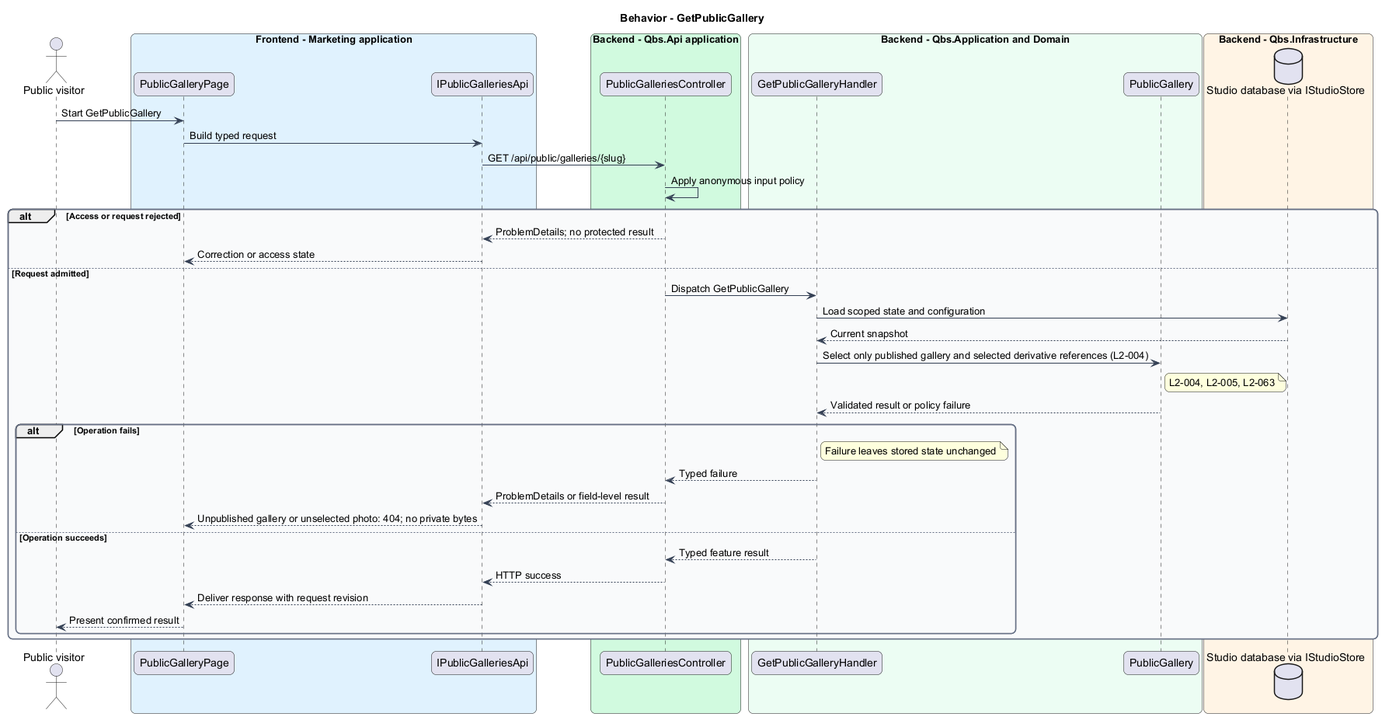
The PlantUML diagram docs/detailed-designs/public-presentation/publish-galleries/diagrams/sequence-get-public-gallery.png in QuinntyneBrown/quinntyne-brown-studio, before a commit.
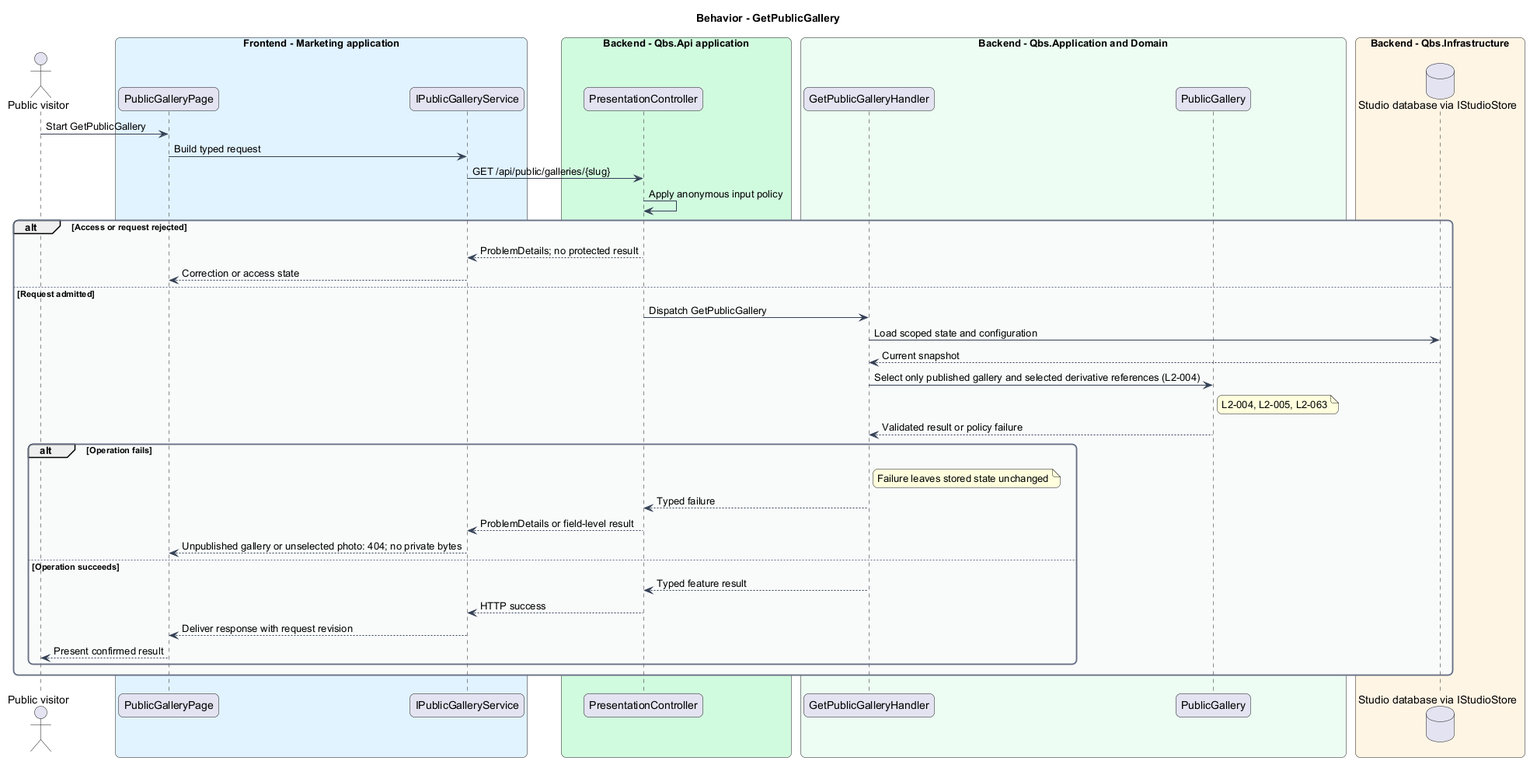
The same file after the commit.

The edit, as a diff of the source:
```diff
@@ -17,10 +17,10 @@
 actor "Public visitor" as actor
 box "Frontend - Marketing application" #E0F2FE
  participant "PublicGalleryPage" as page
- participant "IPublicGalleriesApi" as client
+ participant "IPublicGalleryService" as client
 end box
 box "Backend - Qbs.Api application" #D1FADF
- participant "PublicGalleriesController" as controller
+ participant "PresentationController" as controller
 end box
 box "Backend - Qbs.Application and Domain" #ECFDF3
  participant "GetPublicGalleryHandler" as handler
```
